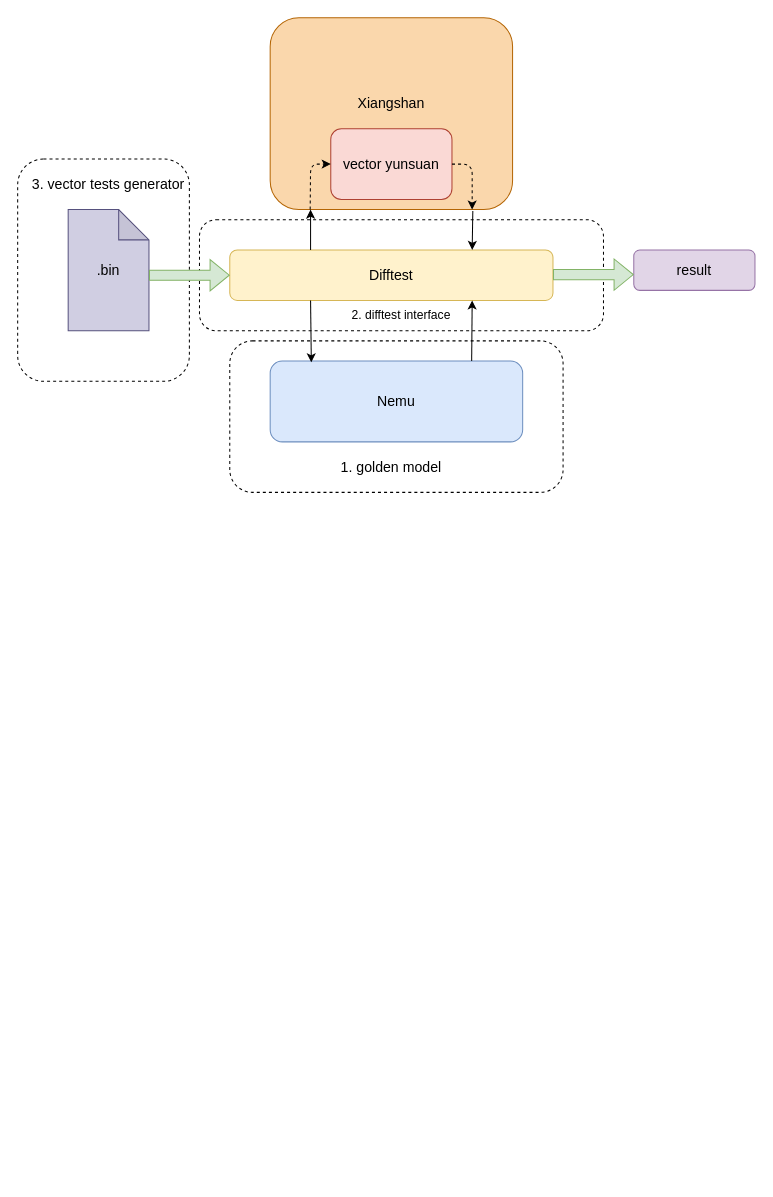
This is 未命名绘图.drawio from Ziyue-Zhang/draw_picture, a draw.io file, before an edit. Source tidied: cells renumbered, new cells numbered last; positions are measured from the earlier drawing's top-left corner, leaving out a move shared by most shapes. Both pictures are drawn from the tidied source at 101%, with x=0, y=0 at pixel (17, 17).
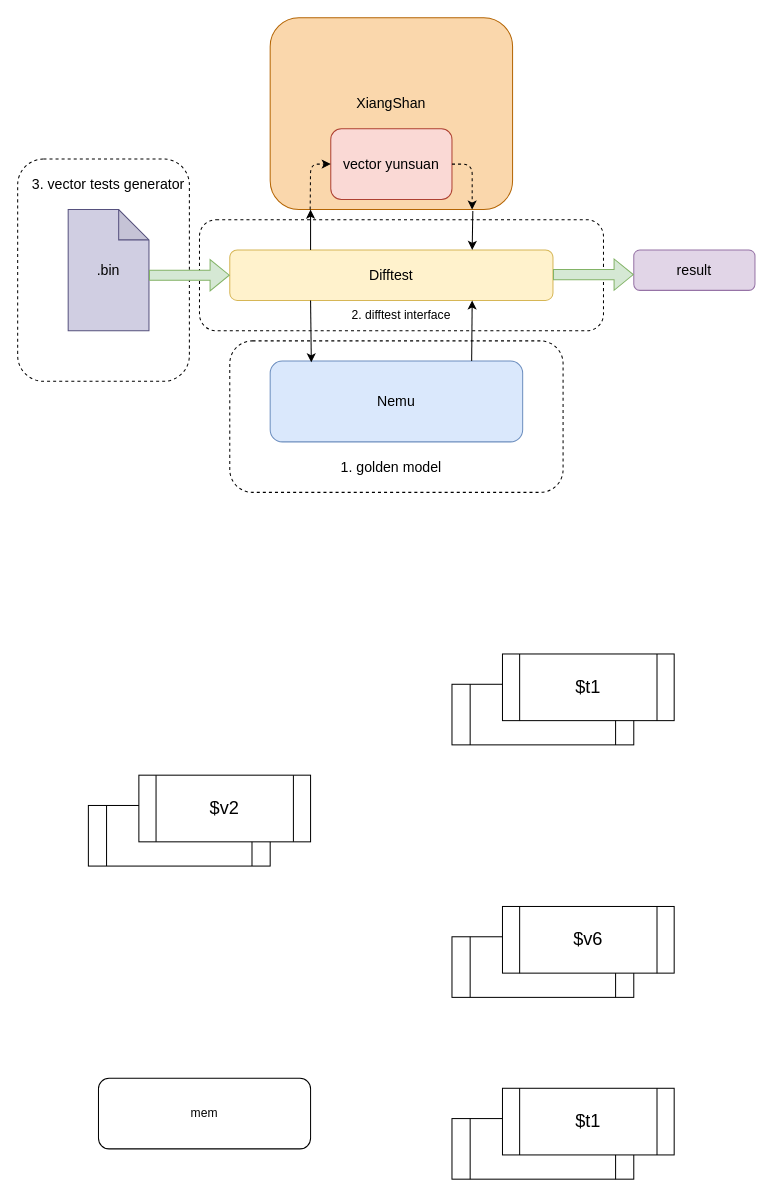
After the change.

Commit message (it also covers changes not shown here):
更新未命名绘图.drawio

The edit, as a diff of the source:
```diff
@@
-    <mxCell id="14" value="&lt;font style=&quot;font-size: 14px;&quot;&gt;Xiangshan&lt;/font&gt;" style="text;html=1;strokeColor=none;fillColor=none;align=center;verticalAlign=middle;whiteSpace=wrap;rounded=0;" parent="1" vertex="1">
+    <mxCell id="14" value="&lt;font style=&quot;font-size: 14px;&quot;&gt;XiangShan&lt;/font&gt;" style="text;html=1;strokeColor=none;fillColor=none;align=center;verticalAlign=middle;whiteSpace=wrap;rounded=0;" parent="1" vertex="1">
       <mxGeometry x="340" y="70" width="60" height="30" as="geometry" />
     </mxCell>
@@
+    <mxCell id="23" style="shape=process;whiteSpace=wrap;html=1;backgroundOutline=1;" parent="1" vertex="1">
+      <mxGeometry x="430" y="660" width="180" height="60" as="geometry" />
+    </mxCell>
+    <mxCell id="24" value="&lt;font style=&quot;font-size: 18px;&quot;&gt;$t1&lt;/font&gt;" style="shape=process;whiteSpace=wrap;html=1;backgroundOutline=1;" parent="1" vertex="1">
+      <mxGeometry x="480" y="630" width="170" height="66" as="geometry" />
+    </mxCell>
+    <mxCell id="25" style="shape=process;whiteSpace=wrap;html=1;backgroundOutline=1;" parent="1" vertex="1">
+      <mxGeometry x="70" y="780" width="180" height="60" as="geometry" />
+    </mxCell>
+    <mxCell id="26" value="&lt;font style=&quot;font-size: 18px;&quot;&gt;$v2&lt;/font&gt;" style="shape=process;whiteSpace=wrap;html=1;backgroundOutline=1;" parent="1" vertex="1">
+      <mxGeometry x="120" y="750" width="170" height="66" as="geometry" />
+    </mxCell>
+    <mxCell id="27" style="shape=process;whiteSpace=wrap;html=1;backgroundOutline=1;" parent="1" vertex="1">
+      <mxGeometry x="430" y="910" width="180" height="60" as="geometry" />
+    </mxCell>
+    <mxCell id="28" value="&lt;font style=&quot;font-size: 18px;&quot;&gt;$v6&lt;/font&gt;" style="shape=process;whiteSpace=wrap;html=1;backgroundOutline=1;" parent="1" vertex="1">
+      <mxGeometry x="480" y="880" width="170" height="66" as="geometry" />
+    </mxCell>
+    <mxCell id="29" value="mem" style="rounded=1;whiteSpace=wrap;html=1;" parent="1" vertex="1">
+      <mxGeometry x="80" y="1050" width="210" height="70" as="geometry" />
+    </mxCell>
+    <mxCell id="30" style="shape=process;whiteSpace=wrap;html=1;backgroundOutline=1;" parent="1" vertex="1">
+      <mxGeometry x="430" y="1090" width="180" height="60" as="geometry" />
+    </mxCell>
+    <mxCell id="31" value="&lt;font style=&quot;font-size: 18px;&quot;&gt;$t1&lt;/font&gt;" style="shape=process;whiteSpace=wrap;html=1;backgroundOutline=1;" parent="1" vertex="1">
+      <mxGeometry x="480" y="1060" width="170" height="66" as="geometry" />
+    </mxCell>
```
